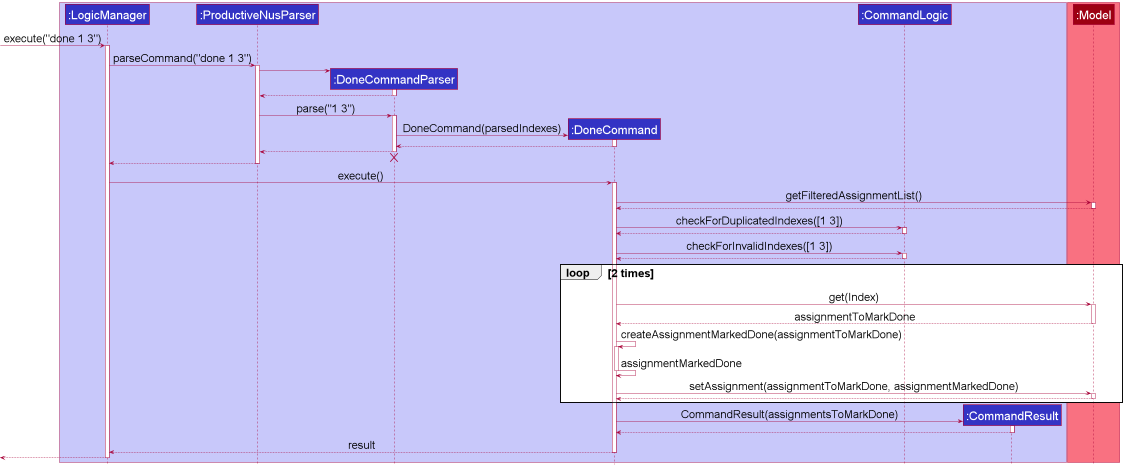
Earlier version of the PlantUML export docs/images/DoneMultipleSequenceDiagram.png (nus-cs2103-AY2021S1/tp). Source of this version:
```plantuml
@startuml
!include style.puml
skinparam ParticipantFontSize 30
skinparam ArrowFontSize 28
skinparam defaultFontSize 28

box LOGIC_COLOR_T1
participant ":LogicManager" as LogicManager LOGIC_COLOR
participant ":ProductiveNusParser" as ProductiveNusParser LOGIC_COLOR
participant ":DoneCommandParser" as DoneCommandParser LOGIC_COLOR
participant ":DoneCommand" as DoneCommand LOGIC_COLOR
participant ":CommandLogic" as CommandLogic LOGIC_COLOR
participant ":CommandResult" as CommandResult LOGIC_COLOR
end box

box MODEL_COLOR_T1
participant ":Model" as Model MODEL_COLOR
end box

[-> LogicManager : execute("done 1 3")
activate LogicManager

LogicManager -> ProductiveNusParser : parseCommand("done 1 3")
activate ProductiveNusParser

create DoneCommandParser
ProductiveNusParser -> DoneCommandParser
activate DoneCommandParser

DoneCommandParser --> ProductiveNusParser
deactivate DoneCommandParser

ProductiveNusParser -> DoneCommandParser : parse("1 3")
activate DoneCommandParser

create DoneCommand
DoneCommandParser -> DoneCommand : DoneCommand(parsedIndexes)
activate DoneCommand

DoneCommand --> DoneCommandParser
deactivate DoneCommand

DoneCommandParser --> ProductiveNusParser
deactivate DoneCommandParser
DoneCommandParser -[hidden]-> ProductiveNusParser
destroy DoneCommandParser

ProductiveNusParser --> LogicManager
deactivate ProductiveNusParser

LogicManager -> DoneCommand : execute()
activate DoneCommand

DoneCommand -> Model : getFilteredAssignmentList()
activate Model
Model --> DoneCommand
deactivate Model

DoneCommand -> CommandLogic : checkForDuplicatedIndexes([1 3])
activate CommandLogic

CommandLogic --> DoneCommand
deactivate CommandLogic

DoneCommand -> CommandLogic : checkForInvalidIndexes([1 3])
activate CommandLogic

CommandLogic --> DoneCommand
deactivate CommandLogic

loop 2 times
    DoneCommand -> Model : get(Index)
    activate Model
    Model --> DoneCommand : assignmentToMarkDone
    deactivate Model

    DoneCommand -> DoneCommand : createAssignmentMarkedDone(assignmentToMarkDone)
    Activate DoneCommand
    DoneCommand -> DoneCommand : assignmentMarkedDone
    deactivate DoneCommand

    DoneCommand -> Model : setAssignment(assignmentToMarkDone, assignmentMarkedDone)
    activate Model
    Model --> DoneCommand
    deactivate Model
end

create CommandResult
DoneCommand -> CommandResult : CommandResult(assignmentsToMarkDone)
activate CommandResult

CommandResult --> DoneCommand
deactivate CommandResult

DoneCommand --> LogicManager : result
deactivate DoneCommand

[<--LogicManager
deactivate LogicManager
@enduml
```
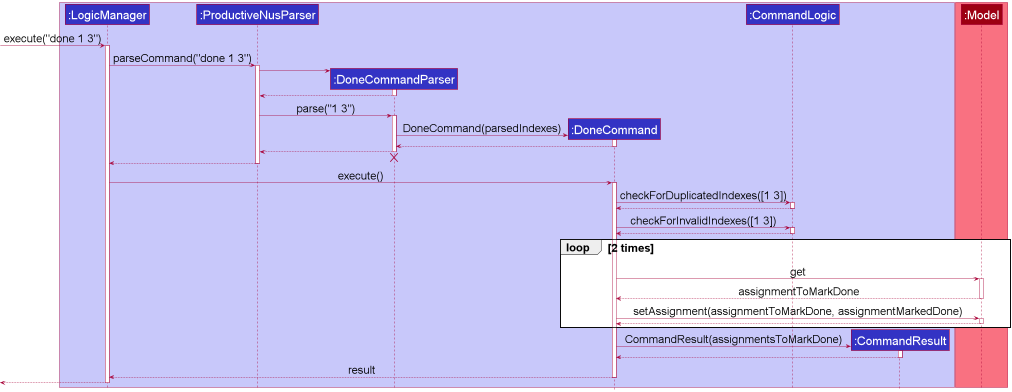
Above is the later version.

Commit message:
Edit Sequence Diagrams in DG

Change to the diagram source:
```diff
@@ -51,11 +51,6 @@
 LogicManager -> DoneCommand : execute()
 activate DoneCommand
 
-DoneCommand -> Model : getFilteredAssignmentList()
-activate Model
-Model --> DoneCommand
-deactivate Model
-
 DoneCommand -> CommandLogic : checkForDuplicatedIndexes([1 3])
 activate CommandLogic
 
@@ -69,15 +64,10 @@
 deactivate CommandLogic
 
 loop 2 times
-    DoneCommand -> Model : get(Index)
+    DoneCommand -> Model : get
     activate Model
     Model --> DoneCommand : assignmentToMarkDone
     deactivate Model
-
-    DoneCommand -> DoneCommand : createAssignmentMarkedDone(assignmentToMarkDone)
-    Activate DoneCommand
-    DoneCommand -> DoneCommand : assignmentMarkedDone
-    deactivate DoneCommand
 
     DoneCommand -> Model : setAssignment(assignmentToMarkDone, assignmentMarkedDone)
     activate Model
```
